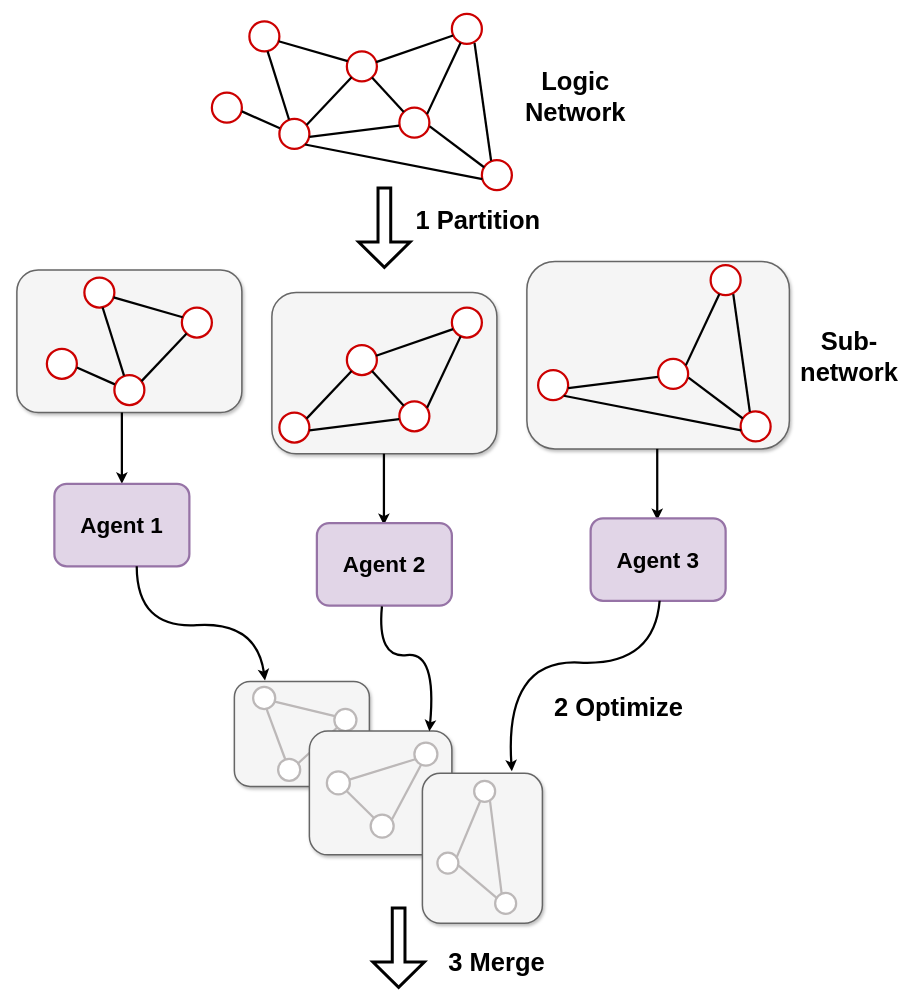
This is explorationEngine.drawio from kxzhu0505/LogicSynOpt, a draw.io file, before an edit. Source tidied: cells renumbered, new cells numbered last; positions are measured from the earlier drawing's top-left corner, leaving out a move shared by most shapes. Both pictures are drawn from the tidied source at 75%, with x=0, y=0 at pixel (16, 14).
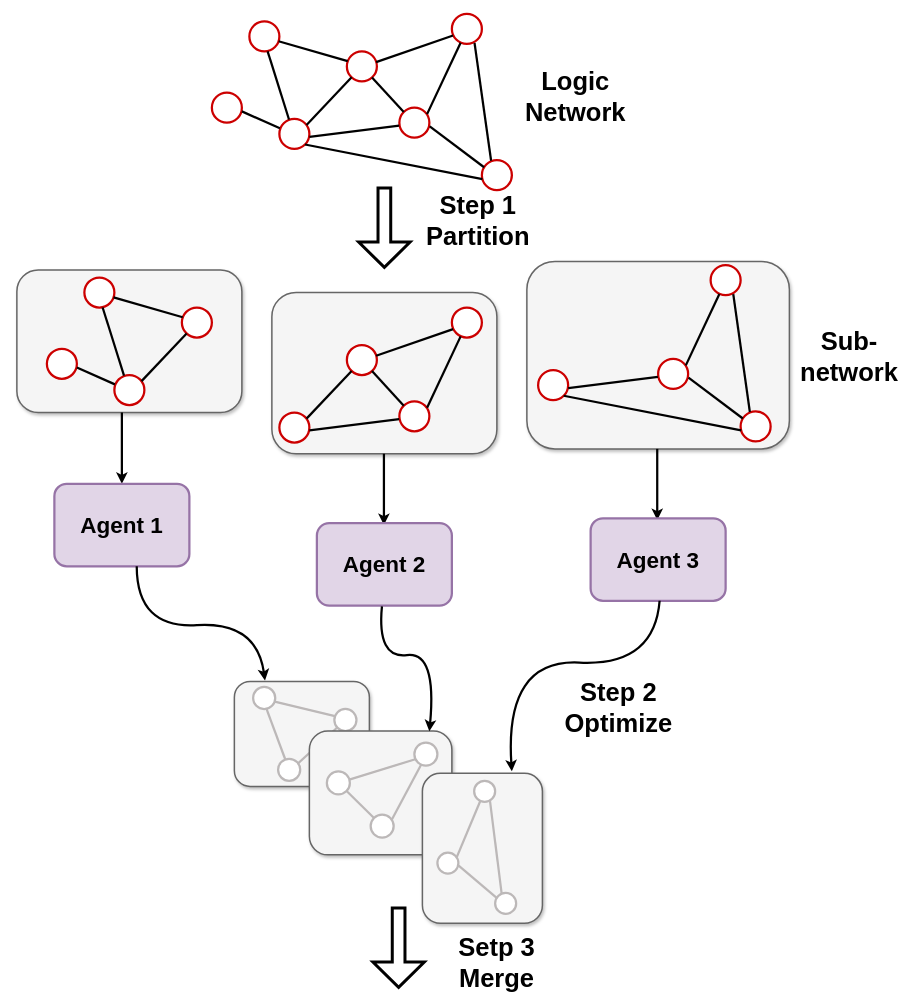
The same page after the edit.

The edit, as a diff of the source:
```diff
@@
-    <mxCell id="51" value="&lt;b style=&quot;&quot;&gt;&lt;font style=&quot;font-size: 34px;&quot;&gt;1 Partition&lt;/font&gt;&lt;/b&gt;" style="text;html=1;align=center;verticalAlign=middle;whiteSpace=wrap;rounded=0;" parent="1" vertex="1">
+    <mxCell id="51" value="&lt;b style=&quot;&quot;&gt;&lt;font style=&quot;font-size: 34px;&quot;&gt;Step 1 Partition&lt;/font&gt;&lt;/b&gt;" style="text;html=1;align=center;verticalAlign=middle;whiteSpace=wrap;rounded=0;" parent="1" vertex="1">
       <mxGeometry x="510" y="260" width="210" height="30" as="geometry" />
     </mxCell>
@@
-    <mxCell id="85" value="&lt;b style=&quot;&quot;&gt;&lt;font style=&quot;font-size: 34px;&quot;&gt;3 Merge&lt;/font&gt;&lt;/b&gt;" style="text;html=1;align=center;verticalAlign=middle;whiteSpace=wrap;rounded=0;" parent="1" vertex="1">
+    <mxCell id="85" value="&lt;b style=&quot;&quot;&gt;&lt;font style=&quot;font-size: 34px;&quot;&gt;Setp 3 Merge&lt;/font&gt;&lt;/b&gt;" style="text;html=1;align=center;verticalAlign=middle;whiteSpace=wrap;rounded=0;" parent="1" vertex="1">
       <mxGeometry x="535" y="1250" width="210" height="30" as="geometry" />
     </mxCell>
@@
-    <mxCell id="87" value="&lt;font size=&quot;1&quot; style=&quot;&quot;&gt;&lt;b style=&quot;font-size: 34px;&quot;&gt;2 Optimize&lt;/b&gt;&lt;/font&gt;" style="text;html=1;align=center;verticalAlign=middle;whiteSpace=wrap;rounded=0;" parent="1" vertex="1">
+    <mxCell id="87" value="&lt;font size=&quot;1&quot; style=&quot;&quot;&gt;&lt;b style=&quot;font-size: 34px;&quot;&gt;Step 2 Optimize&lt;/b&gt;&lt;/font&gt;" style="text;html=1;align=center;verticalAlign=middle;whiteSpace=wrap;rounded=0;" parent="1" vertex="1">
       <mxGeometry x="695" y="910" width="215" height="30" as="geometry" />
     </mxCell>
```
